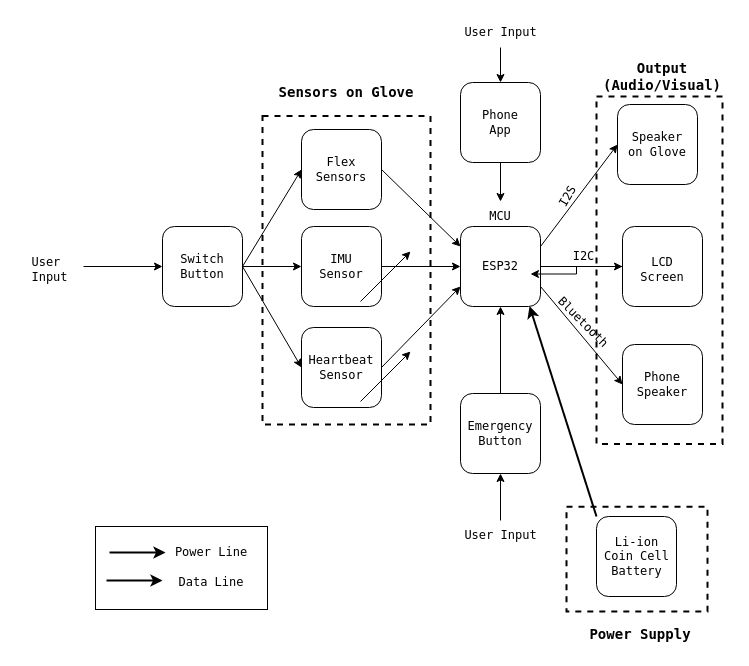
The draw.io diagram docs/HLD.drawio in r4hulrr/ausign, before the edit. Source tidied: cells renumbered, new cells numbered last; positions are measured from the earlier drawing's top-left corner, leaving out a move shared by most shapes. Both pictures are drawn from the tidied source at 100%, with x=0, y=0 at pixel (17, 17).
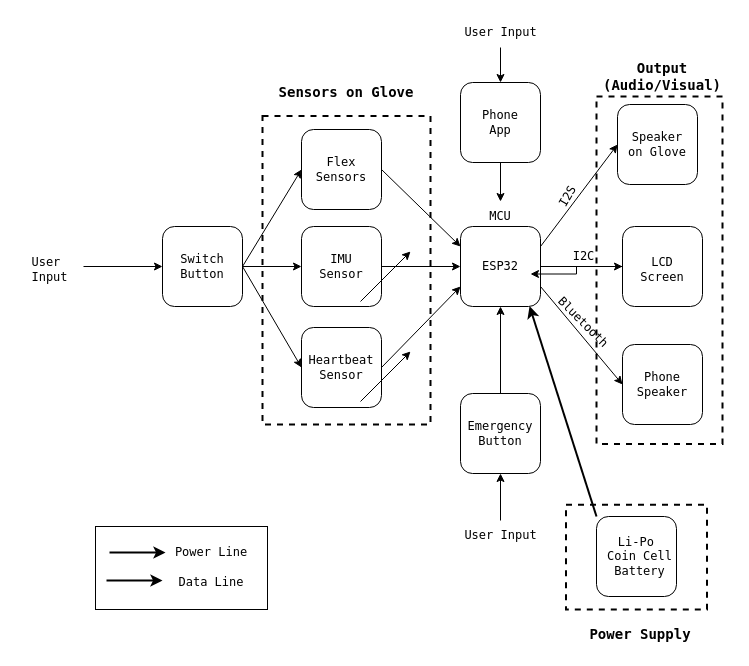
Above is the later version.

Commit message:
updated High Level Design Doc

Diff of the diagram source:
```diff
@@
-    <mxCell id="50" value="Li-ion&lt;div&gt;Coin Cell&lt;/div&gt;&lt;div&gt;Battery&lt;/div&gt;" style="text;strokeColor=none;align=center;fillColor=none;html=1;verticalAlign=middle;whiteSpace=wrap;rounded=0;fontFamily=Lucida Console;fontColor=light-dark(#000000,#000000);" parent="1" vertex="1">
-      <mxGeometry x="582.5" y="524" width="73" height="30" as="geometry" />
+    <mxCell id="50" value="Li-Po&amp;nbsp; &lt;span style=&quot;background-color: transparent;&quot;&gt;Coin Cell&lt;/span&gt;&lt;div&gt;Battery&lt;/div&gt;" style="text;strokeColor=none;align=center;fillColor=none;html=1;verticalAlign=middle;whiteSpace=wrap;rounded=0;fontFamily=Lucida Console;fontColor=light-dark(#000000,#000000);" parent="1" vertex="1">
+      <mxGeometry x="586" y="524" width="73" height="30" as="geometry" />
     </mxCell>
@@
     <mxCell id="53" style="rounded=0;whiteSpace=wrap;html=1;fillColor=none;dashed=1;strokeColor=light-dark(#000000,#FF0000);strokeWidth=2;" parent="1" vertex="1">
-      <mxGeometry x="549" y="489.2" width="141" height="104.8" as="geometry" />
+      <mxGeometry x="548.5" y="487.2" width="141" height="104.8" as="geometry" />
     </mxCell>
```
